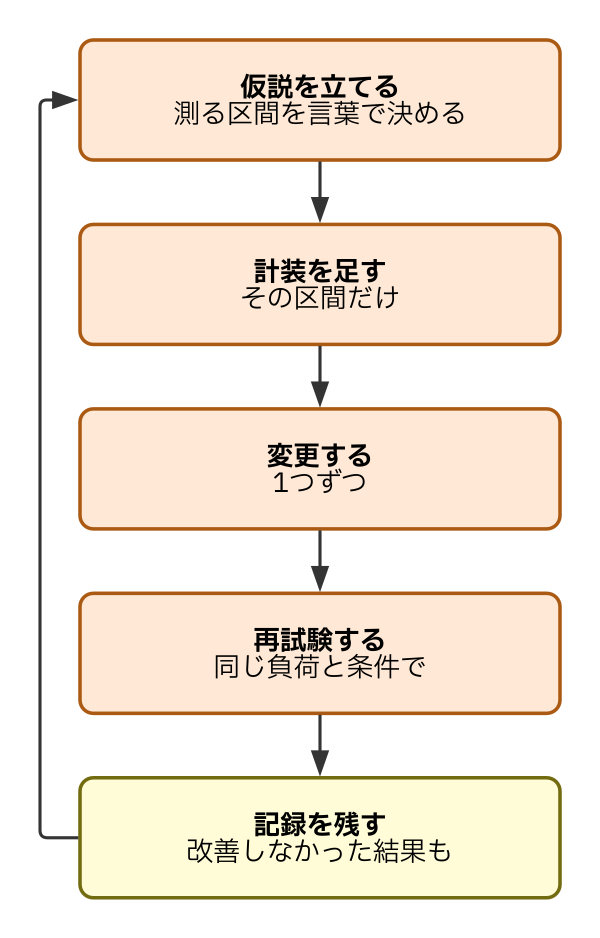
This is images/20261118-retest-flow.png from ymotongpoo/zenn.dev, a Graphviz export, as it was before one commit. Its source is kept beside it as diagrams/k6-otel-perf-review/20261118-retest-flow.dot. The source it was exported from:
```dot
digraph retest_flow {
  graph [
    fontname="IBM Plex Sans JP", fontsize=13,
    rankdir=TB, compound=true, splines=ortho,
    nodesep=0.6, ranksep=0.4, pad=0.25,
    bgcolor="white", newrank=true
  ];
  node [
    fontname="IBM Plex Sans JP", fontsize=12,
    shape=box, style="rounded,filled",
    fillcolor="#FFE9D6", color="#AB5A13", penwidth=1.6,
    margin="0.16,0.12", width=3.0, height=0.75
  ];
  edge [
    fontname="IBM Plex Sans JP", fontsize=11,
    color="#343434", penwidth=1.4, arrowsize=0.9,
    fontcolor="#171717"
  ];

  hyp [label=<<b>仮説を立てる</b><br/>測る区間を言葉で決める>];
  inst [label=<<b>計装を足す</b><br/>その区間だけ>];
  fix [label=<<b>変更する</b><br/>1つずつ>];
  retest [label=<<b>再試験する</b><br/>同じ負荷と条件で>];
  rec [label=<<b>記録を残す</b><br/>改善しなかった結果も>, fillcolor="#FFFCD7", color="#736B10"];
  hyp -> inst;
  inst -> fix;
  fix -> retest;
  retest -> rec;
  rec -> hyp [constraint=false];
}
```
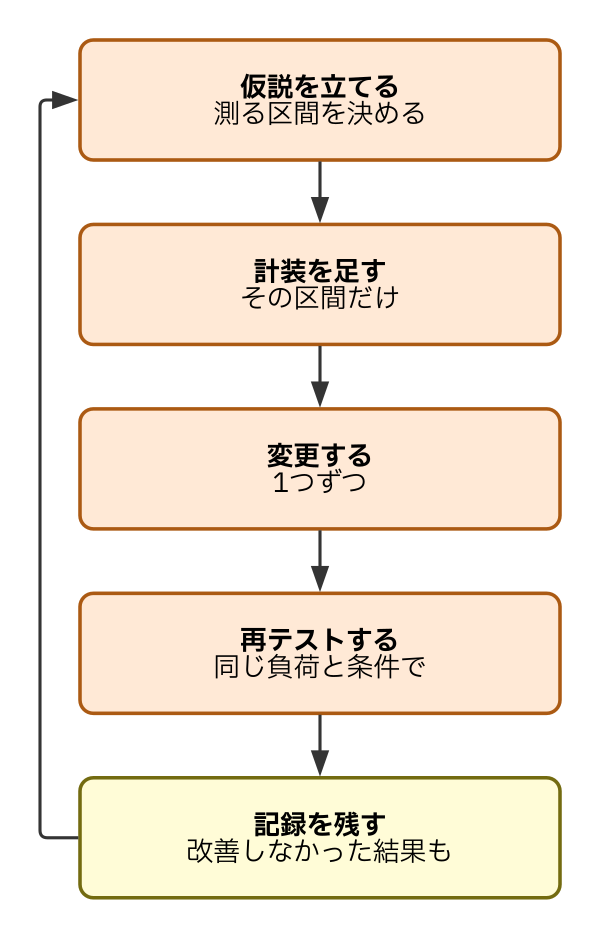
After the change.

The edit, as a diff of the source:
```diff
@@ -17,10 +17,10 @@
     fontcolor="#171717"
   ];
 
-  hyp [label=<<b>仮説を立てる</b><br/>測る区間を言葉で決める>];
+  hyp [label=<<b>仮説を立てる</b><br/>測る区間を決める>];
   inst [label=<<b>計装を足す</b><br/>その区間だけ>];
   fix [label=<<b>変更する</b><br/>1つずつ>];
-  retest [label=<<b>再試験する</b><br/>同じ負荷と条件で>];
+  retest [label=<<b>再テストする</b><br/>同じ負荷と条件で>];
   rec [label=<<b>記録を残す</b><br/>改善しなかった結果も>, fillcolor="#FFFCD7", color="#736B10"];
   hyp -> inst;
   inst -> fix;
```
